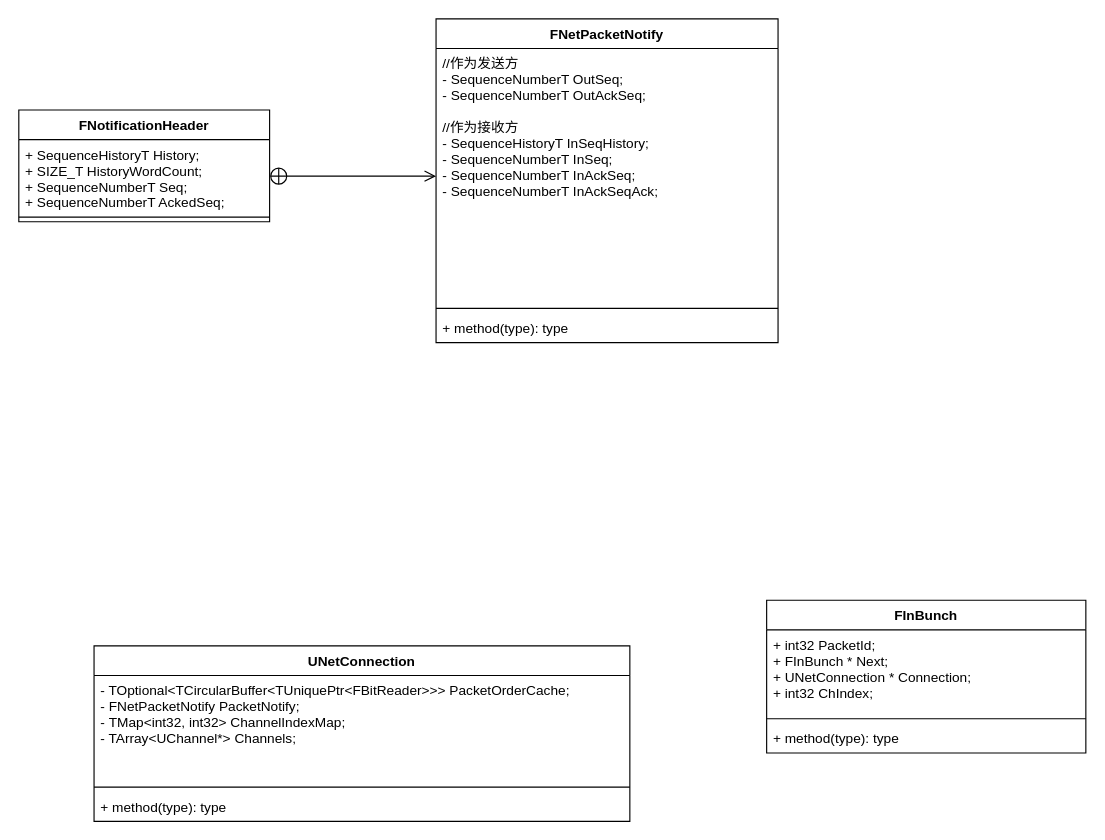
jialin0x7c9/UE4NetworkingGraph keeps this draw.io diagram as page "第 1 页" (1 of 2) of UE4Networking.drawio. Above is the earlier version. Source tidied: cells renumbered, new cells numbered last; positions are measured from the earlier drawing's top-left corner, leaving out a move shared by most shapes. Both pictures are drawn from the tidied source at 114%, with x=0, y=0 at pixel (18, 18).
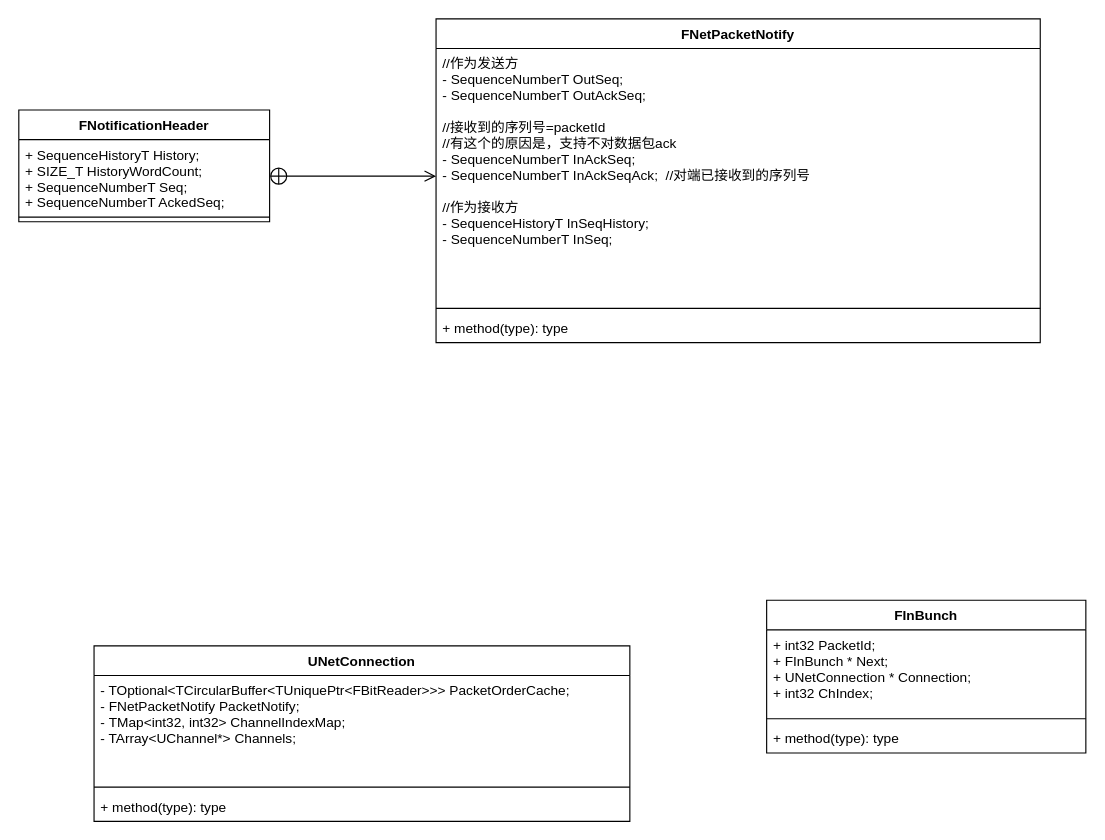
The same page after the edit.

Change to the diagram source:
```diff
@@
 <mxGraphModel>
   <root>
     <mxCell id="0" />
     <mxCell id="1" parent="0" />
     <mxCell id="2" value="UNetConnection" style="swimlane;fontStyle=1;align=center;verticalAlign=top;horizontal=1;startSize=26;" parent="1" vertex="1">
       <mxGeometry x="66" y="550" width="470" height="154" as="geometry" />
     </mxCell>
     <mxCell id="3" value="- TOptional&lt;TCircularBuffer&lt;TUniquePtr&lt;FBitReader&gt;&gt;&gt; PacketOrderCache;&#10;- FNetPacketNotify PacketNotify;&#10;- TMap&lt;int32, int32&gt; ChannelIndexMap;&#10;- TArray&lt;UChannel*&gt; Channels;" style="text;strokeColor=none;fillColor=none;align=left;verticalAlign=top;spacingLeft=4;spacingRight=4;overflow=hidden;" parent="2" vertex="1">
       <mxGeometry y="26" width="470" height="94" as="geometry" />
     </mxCell>
     <mxCell id="4" style="line;strokeWidth=1;fillColor=none;align=left;verticalAlign=middle;spacingTop=-1;spacingLeft=3;spacingRight=3;labelPosition=right;" parent="2" vertex="1">
       <mxGeometry y="120" width="470" height="8" as="geometry" />
     </mxCell>
     <mxCell id="5" value="+ method(type): type" style="text;strokeColor=none;fillColor=none;align=left;verticalAlign=top;spacingLeft=4;spacingRight=4;overflow=hidden;" parent="2" vertex="1">
       <mxGeometry y="128" width="470" height="26" as="geometry" />
     </mxCell>
     <mxCell id="6" value="FInBunch" style="swimlane;fontStyle=1;align=center;verticalAlign=top;horizontal=1;startSize=26;" parent="1" vertex="1">
       <mxGeometry x="656" y="510" width="280" height="134" as="geometry" />
     </mxCell>
     <mxCell id="7" value="+ int32    PacketId;&#10;+ FInBunch *   Next;&#10;+ UNetConnection * Connection;&#10;+ int32    ChIndex;" style="text;strokeColor=none;fillColor=none;align=left;verticalAlign=top;spacingLeft=4;spacingRight=4;overflow=hidden;" parent="6" vertex="1">
       <mxGeometry y="26" width="280" height="74" as="geometry" />
     </mxCell>
     <mxCell id="8" style="line;strokeWidth=1;fillColor=none;align=left;verticalAlign=middle;spacingTop=-1;spacingLeft=3;spacingRight=3;labelPosition=right;" parent="6" vertex="1">
       <mxGeometry y="100" width="280" height="8" as="geometry" />
     </mxCell>
     <mxCell id="9" value="+ method(type): type" style="text;strokeColor=none;fillColor=none;align=left;verticalAlign=top;spacingLeft=4;spacingRight=4;overflow=hidden;" parent="6" vertex="1">
       <mxGeometry y="108" width="280" height="26" as="geometry" />
     </mxCell>
     <mxCell id="10" value="FNetPacketNotify" style="swimlane;fontStyle=1;align=center;verticalAlign=top;horizontal=1;startSize=26;" parent="1" vertex="1">
-      <mxGeometry x="366" width="300" height="284" as="geometry" />
+      <mxGeometry x="366" width="530" height="284" as="geometry" />
     </mxCell>
-    <mxCell id="11" value="//作为发送方&#10;- SequenceNumberT OutSeq;&#10;- SequenceNumberT OutAckSeq;&#10; &#10;//作为接收方&#10;- SequenceHistoryT InSeqHistory;&#10;- SequenceNumberT InSeq;&#10;- SequenceNumberT InAckSeq;&#10;- SequenceNumberT InAckSeqAck;&#10; " style="text;strokeColor=none;fillColor=none;align=left;verticalAlign=top;spacingLeft=4;spacingRight=4;overflow=hidden;points=[[0,0.5],[1,0.5]];portConstraint=eastwest;" parent="10" vertex="1">
-      <mxGeometry y="26" width="300" height="224" as="geometry" />
+    <mxCell id="11" value="//作为发送方&#10;- SequenceNumberT OutSeq;&#10;- SequenceNumberT OutAckSeq;&#10; &#10;//接收到的序列号=packetId&#10;//有这个的原因是，支持不对数据包ack&#10;- SequenceNumberT InAckSeq; &#10;- SequenceNumberT InAckSeqAck;  //对端已接收到的序列号&#10;&#10;//作为接收方&#10;- SequenceHistoryT InSeqHistory;&#10;- SequenceNumberT InSeq;&#10;&#10; " style="text;strokeColor=none;fillColor=none;align=left;verticalAlign=top;spacingLeft=4;spacingRight=4;overflow=hidden;points=[[0,0.5],[1,0.5]];portConstraint=eastwest;" parent="10" vertex="1">
+      <mxGeometry y="26" width="530" height="224" as="geometry" />
     </mxCell>
     <mxCell id="12" style="line;strokeWidth=1;fillColor=none;align=left;verticalAlign=middle;spacingTop=-1;spacingLeft=3;spacingRight=3;labelPosition=right;" parent="10" vertex="1">
-      <mxGeometry y="250" width="300" height="8" as="geometry" />
+      <mxGeometry y="250" width="530" height="8" as="geometry" />
     </mxCell>
     <mxCell id="13" value="+ method(type): type" style="text;strokeColor=none;fillColor=none;align=left;verticalAlign=top;spacingLeft=4;spacingRight=4;overflow=hidden;" parent="10" vertex="1">
-      <mxGeometry y="258" width="300" height="26" as="geometry" />
+      <mxGeometry y="258" width="530" height="26" as="geometry" />
     </mxCell>
     <mxCell id="14" style="endArrow=open;startArrow=circlePlus;endFill=0;startFill=0;endSize=8;html=1;exitX=1;exitY=0.5;exitDx=0;exitDy=0;entryX=0;entryY=0.5;entryDx=0;entryDy=0;" parent="1" edge="1" source="16" target="11">
       <mxGeometry relative="1" as="geometry" />
     </mxCell>
     <mxCell id="15" value="FNotificationHeader" style="swimlane;fontStyle=1;align=center;verticalAlign=top;horizontal=1;startSize=26;" parent="1" vertex="1">
       <mxGeometry y="80" width="220" height="98" as="geometry" />
     </mxCell>
     <mxCell id="16" value="+ SequenceHistoryT History;&#10;+ SIZE_T HistoryWordCount;&#10;+ SequenceNumberT Seq;&#10;+ SequenceNumberT AckedSeq;" style="text;strokeColor=none;fillColor=none;align=left;verticalAlign=top;spacingLeft=4;spacingRight=4;overflow=hidden;points=[[0,0.5],[1,0.5]];portConstraint=eastwest;" parent="15" vertex="1">
       <mxGeometry y="26" width="220" height="64" as="geometry" />
     </mxCell>
     <mxCell id="17" style="line;strokeWidth=1;fillColor=none;align=left;verticalAlign=middle;spacingTop=-1;spacingLeft=3;spacingRight=3;labelPosition=right;" parent="15" vertex="1">
       <mxGeometry y="90" width="220" height="8" as="geometry" />
     </mxCell>
   </root>
 </mxGraphModel>
```
